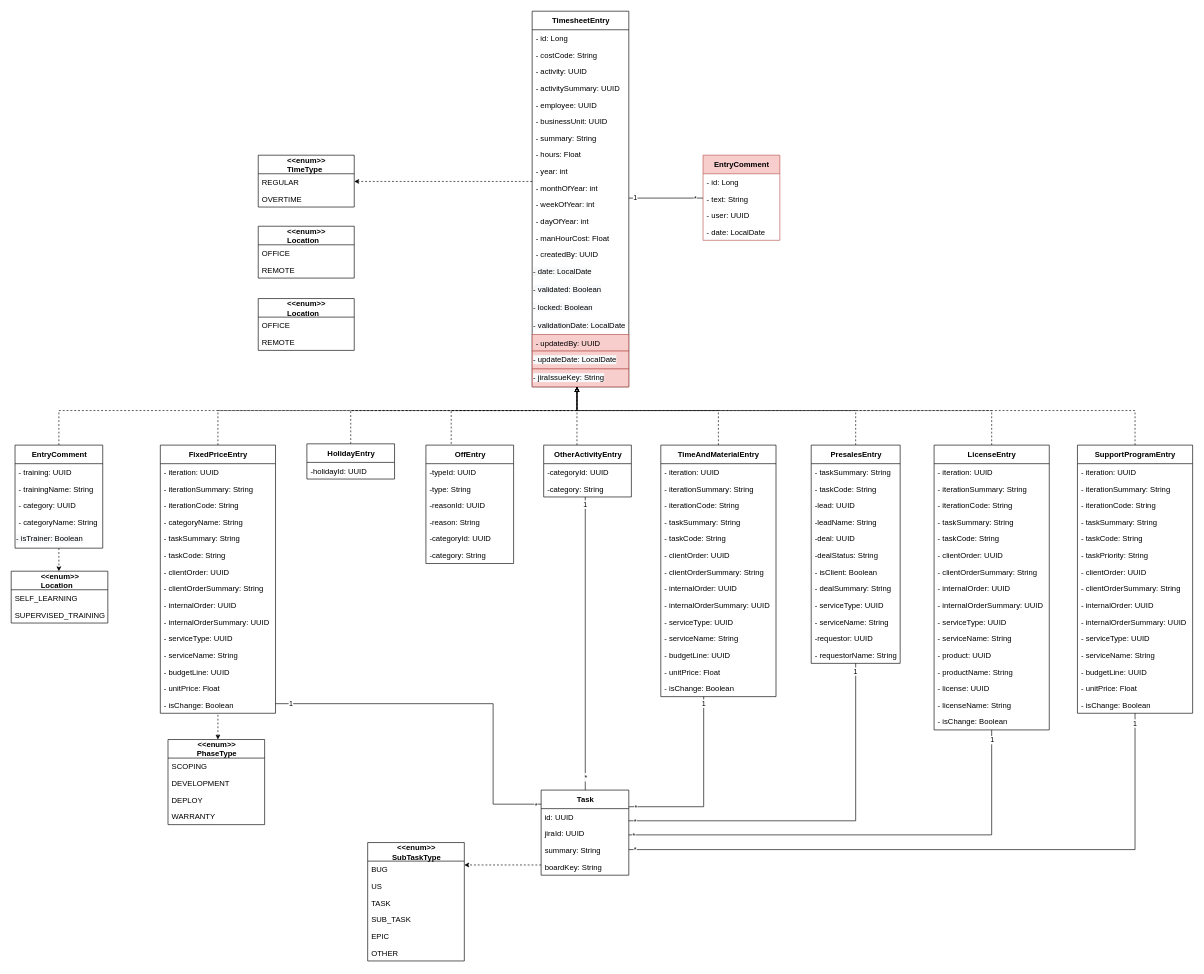
This is Timesheet/_DiagrammeClasseTimesheet.drawio from ZidiMedAmine/UML, a draw.io file, before an edit. Source tidied: cells renumbered, new cells numbered last; positions are measured from the earlier drawing's top-left corner, leaving out a move shared by most shapes. Both pictures are drawn from the tidied source at 64%, with x=0, y=0 at pixel (11, 11).
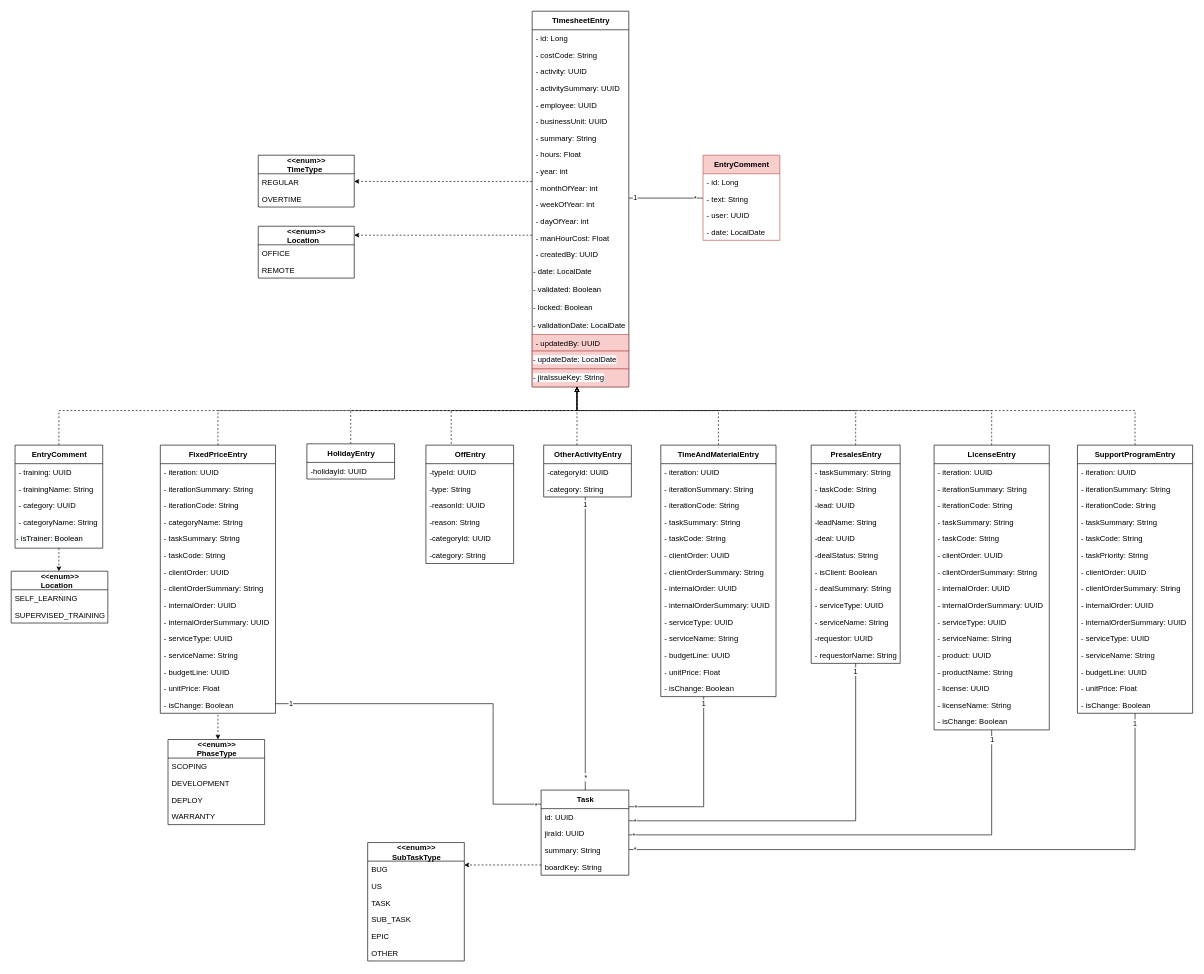
The same diagram, later.

Unchanged cells that the change refers to:
```xml
<mxCell id="2" value="&lt;b&gt;TimesheetEntry&lt;/b&gt;" style="swimlane;fontStyle=0;align=center;verticalAlign=middle;horizontal=1;startSize=29;html=1;fontSize=12;labelPosition=center;verticalLabelPosition=middle;strokeColor=default;swimlaneLine=1;rounded=0;shadow=0;glass=0;sketch=0;perimeterSpacing=0;" parent="1" vertex="1">
  <mxGeometry x="814" width="151" height="587" as="geometry" />
</mxCell>
<mxCell id="28" value="&lt;b&gt;&amp;lt;&amp;lt;enum&amp;gt;&amp;gt;&lt;/b&gt;&lt;br&gt;&lt;div style=&quot;text-align: left&quot;&gt;&lt;b&gt;Location&lt;/b&gt;&lt;br&gt;&lt;/div&gt;" style="swimlane;fontStyle=0;align=center;verticalAlign=middle;horizontal=1;startSize=29;html=1;fontSize=12;labelPosition=center;verticalLabelPosition=middle;swimlaneLine=1;rounded=0;sketch=0;glass=0;" parent="1" vertex="1">
  <mxGeometry x="386" y="336" width="150" height="81" as="geometry" />
</mxCell>
```

Change to the diagram source:
```diff
@@
+    <mxCell id="187" style="edgeStyle=orthogonalEdgeStyle;rounded=0;jettySize=auto;html=1;endSize=5;startSize=5;dashed=1;" parent="1" edge="1" source="2" target="28">
+      <mxGeometry relative="1" as="geometry">
+        <Array as="points">
+          <mxPoint x="742" y="350" />
+          <mxPoint x="742" y="350" />
+        </Array>
+      </mxGeometry>
+    </mxCell>
@@
-    <mxCell id="31" value="&lt;b&gt;&amp;lt;&amp;lt;enum&amp;gt;&amp;gt;&lt;/b&gt;&lt;br&gt;&lt;div style=&quot;text-align: left&quot;&gt;&lt;b&gt;Location&lt;/b&gt;&lt;br&gt;&lt;/div&gt;" style="swimlane;fontStyle=0;align=center;verticalAlign=middle;horizontal=1;startSize=29;html=1;fontSize=12;labelPosition=center;verticalLabelPosition=middle;swimlaneLine=1;rounded=0;sketch=0;glass=0;" parent="1" vertex="1">
-      <mxGeometry x="386" y="449" width="150" height="81" as="geometry" />
-    </mxCell>
-    <mxCell id="32" value="OFFICE" style="text;strokeColor=none;fillColor=none;align=left;verticalAlign=top;spacingLeft=4;spacingRight=4;overflow=hidden;fontStyle=0;" parent="31" vertex="1">
-      <mxGeometry y="29" width="150" height="26" as="geometry" />
-    </mxCell>
-    <mxCell id="33" value="REMOTE" style="text;strokeColor=none;fillColor=none;align=left;verticalAlign=top;spacingLeft=4;spacingRight=4;overflow=hidden;fontStyle=0;" parent="31" vertex="1">
-      <mxGeometry y="55" width="150" height="26" as="geometry" />
-    </mxCell>
```
